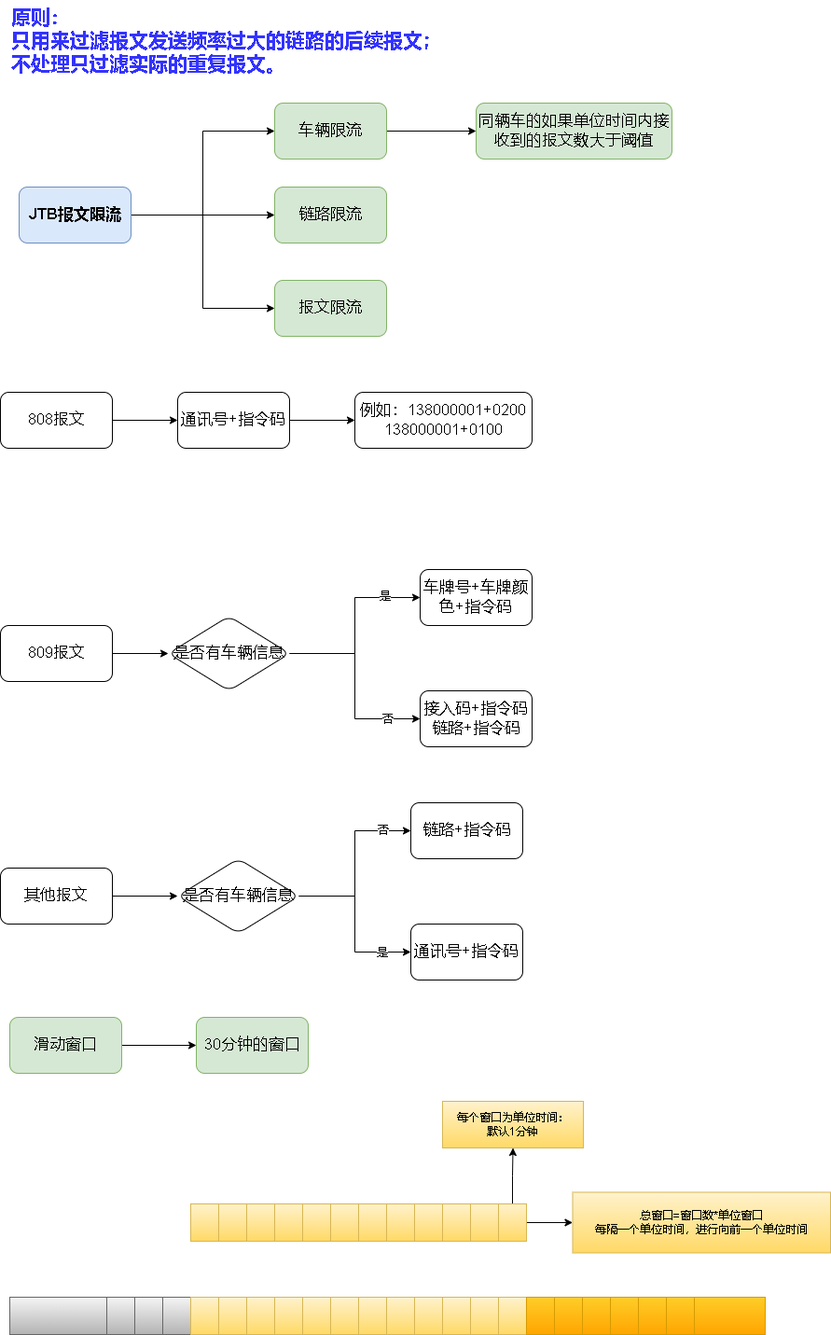
Before: jtb报文限流.drawio.png, a diagram exported from draw.io (xktder/draw). Source tidied: cells renumbered, new cells last; positions are measured from the earlier drawing's top-left corner, leaving out a move shared by most shapes.
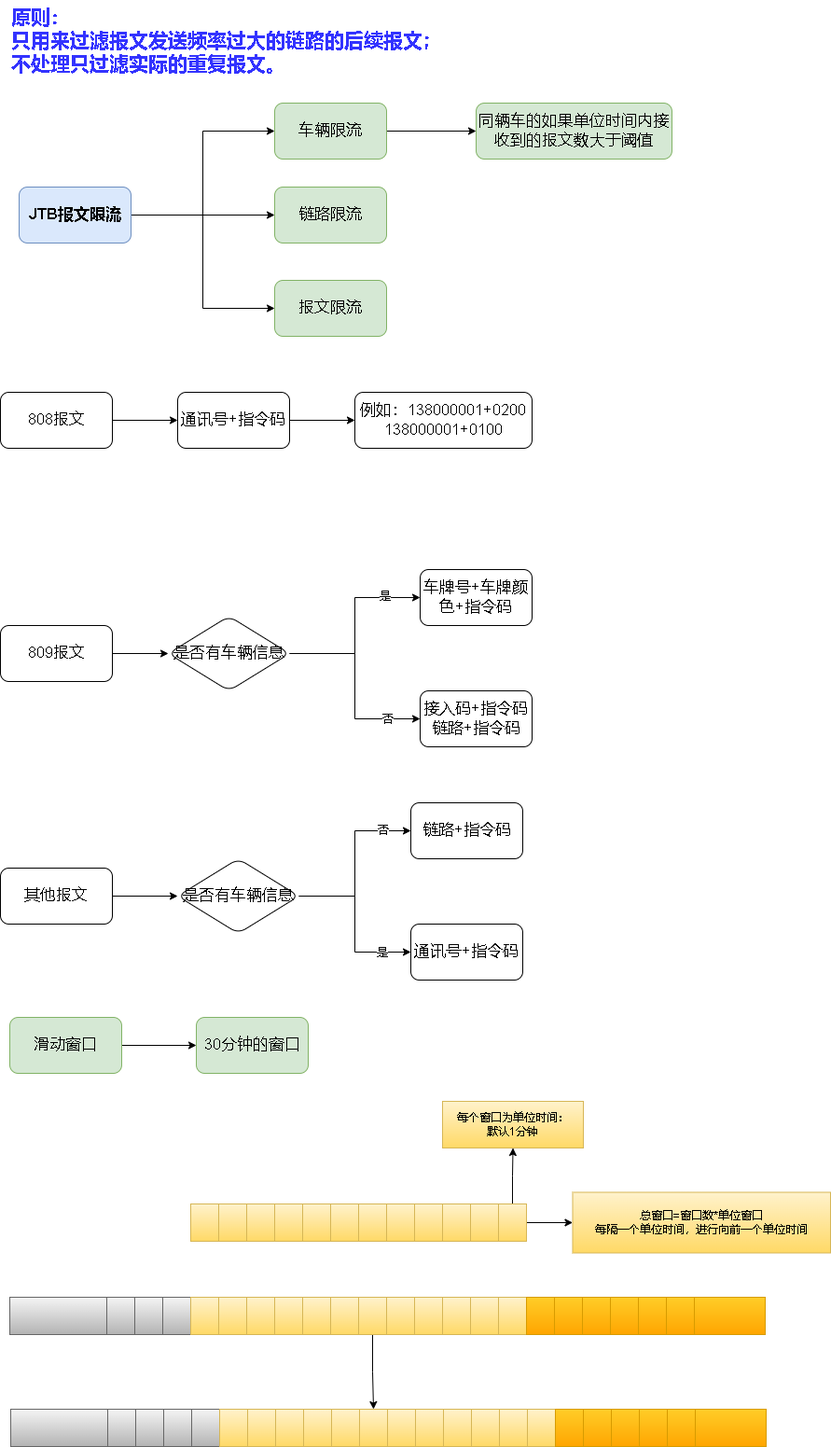
Above is the later version.

Commit message:
更新jtb报文限流.drawio.png

Change to the diagram source:
```diff
@@ -148,6 +148,9 @@
     <mxCell id="47" style="rounded=0;whiteSpace=wrap;html=1;fontSize=12;fillColor=#fff2cc;gradientColor=#ffd966;strokeColor=#d6b656;" parent="1" vertex="1">
       <mxGeometry x="354" y="1390" width="30" height="40" as="geometry" />
     </mxCell>
+    <mxCell id="78" style="edgeStyle=orthogonalEdgeStyle;rounded=0;jettySize=auto;html=1;fontSize=12;fontColor=#000000;entryX=0.5;entryY=0;entryDx=0;entryDy=0;" parent="1" edge="1" source="48" target="89">
+      <mxGeometry relative="1" as="geometry" />
+    </mxCell>
     <mxCell id="48" style="rounded=0;whiteSpace=wrap;html=1;fontSize=12;fillColor=#fff2cc;gradientColor=#ffd966;strokeColor=#d6b656;" parent="1" vertex="1">
       <mxGeometry x="384" y="1390" width="30" height="40" as="geometry" />
     </mxCell>
@@ -238,5 +241,77 @@
     <mxCell id="77" style="rounded=0;whiteSpace=wrap;html=1;fontSize=12;fillColor=#ffcd28;gradientColor=#ffa500;strokeColor=#d79b00;" parent="1" vertex="1">
       <mxGeometry x="744" y="1390" width="76" height="40" as="geometry" />
     </mxCell>
+    <mxCell id="79" style="rounded=0;whiteSpace=wrap;html=1;fontSize=12;fillColor=#d5e8d4;strokeColor=#82b366;gradientColor=#97d077;" parent="1" vertex="1">
+      <mxGeometry x="11" y="1510" width="810" height="40" as="geometry" />
+    </mxCell>
+    <mxCell id="80" style="rounded=0;whiteSpace=wrap;html=1;fontSize=12;fillColor=#f5f5f5;strokeColor=#666666;gradientColor=#b3b3b3;" parent="1" vertex="1">
+      <mxGeometry x="115" y="1510" width="30" height="40" as="geometry" />
+    </mxCell>
+    <mxCell id="81" style="rounded=0;whiteSpace=wrap;html=1;fontSize=12;fillColor=#f5f5f5;strokeColor=#666666;gradientColor=#b3b3b3;" parent="1" vertex="1">
+      <mxGeometry x="145" y="1510" width="30" height="40" as="geometry" />
+    </mxCell>
+    <mxCell id="82" style="rounded=0;whiteSpace=wrap;html=1;fontSize=12;fillColor=#f5f5f5;strokeColor=#666666;gradientColor=#b3b3b3;" parent="1" vertex="1">
+      <mxGeometry x="175" y="1510" width="30" height="40" as="geometry" />
+    </mxCell>
+    <mxCell id="83" style="rounded=0;whiteSpace=wrap;html=1;fontSize=12;fillColor=#f5f5f5;strokeColor=#666666;gradientColor=#b3b3b3;" parent="1" vertex="1">
+      <mxGeometry x="205" y="1510" width="30" height="40" as="geometry" />
+    </mxCell>
+    <mxCell id="84" style="rounded=0;whiteSpace=wrap;html=1;fontSize=12;fillColor=#fff2cc;gradientColor=#ffd966;strokeColor=#d6b656;" parent="1" vertex="1">
+      <mxGeometry x="235" y="1510" width="30" height="40" as="geometry" />
+    </mxCell>
+    <mxCell id="85" style="rounded=0;whiteSpace=wrap;html=1;fontSize=12;fillColor=#fff2cc;gradientColor=#ffd966;strokeColor=#d6b656;" parent="1" vertex="1">
+      <mxGeometry x="265" y="1510" width="30" height="40" as="geometry" />
+    </mxCell>
+    <mxCell id="86" style="rounded=0;whiteSpace=wrap;html=1;fontSize=12;fillColor=#fff2cc;gradientColor=#ffd966;strokeColor=#d6b656;" parent="1" vertex="1">
+      <mxGeometry x="295" y="1510" width="30" height="40" as="geometry" />
+    </mxCell>
+    <mxCell id="87" style="rounded=0;whiteSpace=wrap;html=1;fontSize=12;fillColor=#fff2cc;gradientColor=#ffd966;strokeColor=#d6b656;" parent="1" vertex="1">
+      <mxGeometry x="325" y="1510" width="30" height="40" as="geometry" />
+    </mxCell>
+    <mxCell id="88" style="rounded=0;whiteSpace=wrap;html=1;fontSize=12;fillColor=#fff2cc;gradientColor=#ffd966;strokeColor=#d6b656;" parent="1" vertex="1">
+      <mxGeometry x="355" y="1510" width="30" height="40" as="geometry" />
+    </mxCell>
+    <mxCell id="89" style="rounded=0;whiteSpace=wrap;html=1;fontSize=12;fillColor=#fff2cc;gradientColor=#ffd966;strokeColor=#d6b656;" parent="1" vertex="1">
+      <mxGeometry x="385" y="1510" width="30" height="40" as="geometry" />
+    </mxCell>
+    <mxCell id="90" style="rounded=0;whiteSpace=wrap;html=1;fontSize=12;fillColor=#fff2cc;gradientColor=#ffd966;strokeColor=#d6b656;" parent="1" vertex="1">
+      <mxGeometry x="415" y="1510" width="30" height="40" as="geometry" />
+    </mxCell>
+    <mxCell id="91" style="rounded=0;whiteSpace=wrap;html=1;fontSize=12;fillColor=#fff2cc;gradientColor=#ffd966;strokeColor=#d6b656;" parent="1" vertex="1">
+      <mxGeometry x="445" y="1510" width="30" height="40" as="geometry" />
+    </mxCell>
+    <mxCell id="92" style="rounded=0;whiteSpace=wrap;html=1;fontSize=12;fillColor=#fff2cc;gradientColor=#ffd966;strokeColor=#d6b656;" parent="1" vertex="1">
+      <mxGeometry x="475" y="1510" width="30" height="40" as="geometry" />
+    </mxCell>
+    <mxCell id="93" style="rounded=0;whiteSpace=wrap;html=1;fontSize=12;fillColor=#fff2cc;gradientColor=#ffd966;strokeColor=#d6b656;" parent="1" vertex="1">
+      <mxGeometry x="505" y="1510" width="30" height="40" as="geometry" />
+    </mxCell>
+    <mxCell id="94" style="rounded=0;whiteSpace=wrap;html=1;fontSize=12;fillColor=#fff2cc;gradientColor=#ffd966;strokeColor=#d6b656;" parent="1" vertex="1">
+      <mxGeometry x="535" y="1510" width="30" height="40" as="geometry" />
+    </mxCell>
+    <mxCell id="95" style="rounded=0;whiteSpace=wrap;html=1;fontSize=12;fillColor=#fff2cc;gradientColor=#ffd966;strokeColor=#d6b656;" parent="1" vertex="1">
+      <mxGeometry x="565" y="1510" width="30" height="40" as="geometry" />
+    </mxCell>
+    <mxCell id="96" style="rounded=0;whiteSpace=wrap;html=1;fontSize=12;fillColor=#ffcd28;gradientColor=#ffa500;strokeColor=#d79b00;" parent="1" vertex="1">
+      <mxGeometry x="595" y="1510" width="30" height="40" as="geometry" />
+    </mxCell>
+    <mxCell id="97" style="rounded=0;whiteSpace=wrap;html=1;fontSize=12;fillColor=#ffcd28;gradientColor=#ffa500;strokeColor=#d79b00;" parent="1" vertex="1">
+      <mxGeometry x="625" y="1510" width="30" height="40" as="geometry" />
+    </mxCell>
+    <mxCell id="98" style="rounded=0;whiteSpace=wrap;html=1;fontSize=12;fillColor=#ffcd28;gradientColor=#ffa500;strokeColor=#d79b00;" parent="1" vertex="1">
+      <mxGeometry x="655" y="1510" width="30" height="40" as="geometry" />
+    </mxCell>
+    <mxCell id="99" style="rounded=0;whiteSpace=wrap;html=1;fontSize=12;fillColor=#ffcd28;gradientColor=#ffa500;strokeColor=#d79b00;" parent="1" vertex="1">
+      <mxGeometry x="685" y="1510" width="30" height="40" as="geometry" />
+    </mxCell>
+    <mxCell id="100" style="rounded=0;whiteSpace=wrap;html=1;fontSize=12;fillColor=#ffcd28;gradientColor=#ffa500;strokeColor=#d79b00;" parent="1" vertex="1">
+      <mxGeometry x="715" y="1510" width="30" height="40" as="geometry" />
+    </mxCell>
+    <mxCell id="101" style="rounded=0;whiteSpace=wrap;html=1;fontSize=12;fillColor=#f5f5f5;strokeColor=#666666;gradientColor=#b3b3b3;" parent="1" vertex="1">
+      <mxGeometry x="11" y="1510" width="104" height="40" as="geometry" />
+    </mxCell>
+    <mxCell id="102" style="rounded=0;whiteSpace=wrap;html=1;fontSize=12;fillColor=#ffcd28;gradientColor=#ffa500;strokeColor=#d79b00;" parent="1" vertex="1">
+      <mxGeometry x="745" y="1510" width="76" height="40" as="geometry" />
+    </mxCell>
   </root>
 </mxGraphModel>
```
